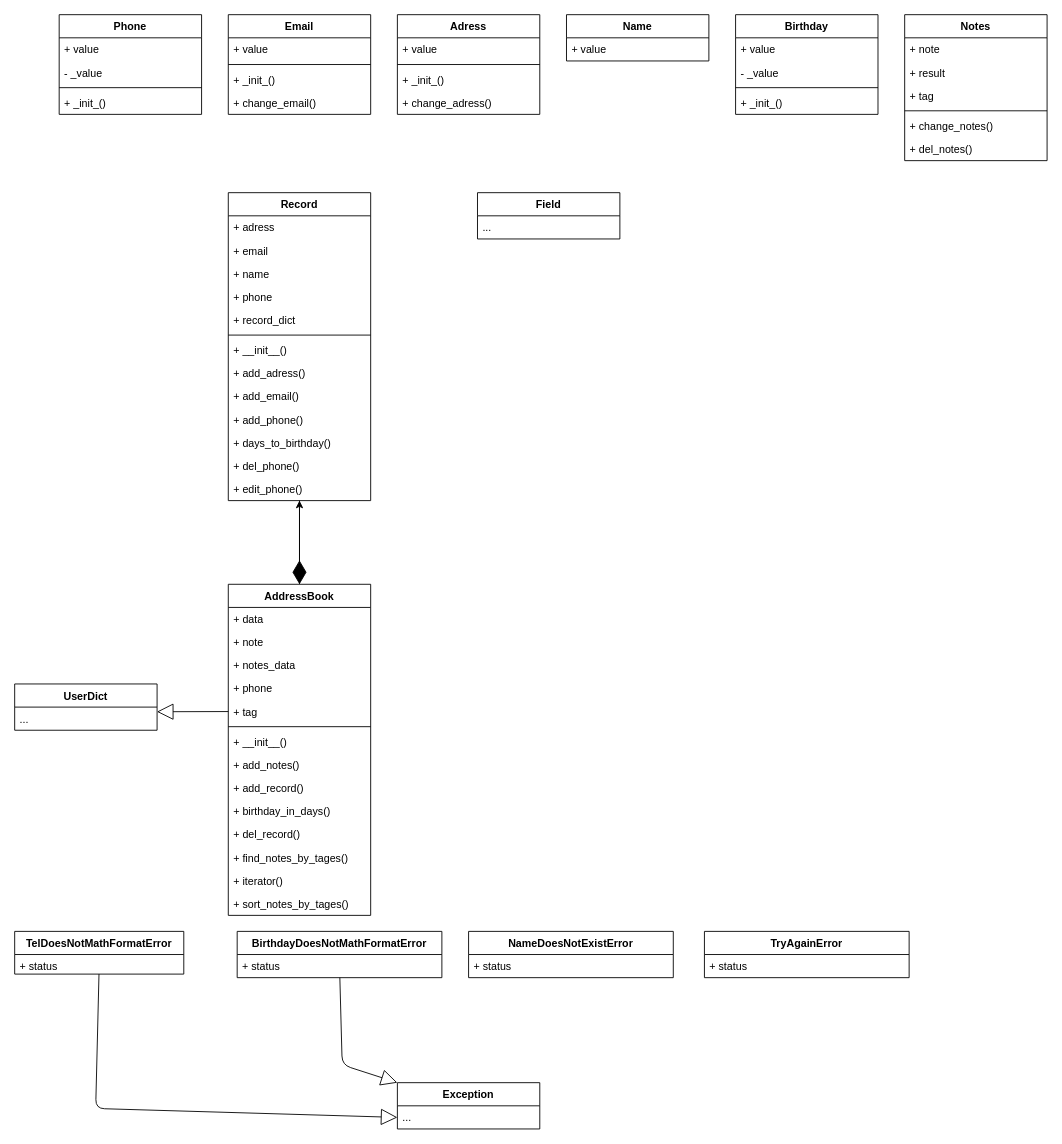
Earlier version of the draw.io diagram Home_Works/UML_HW.drawio (serhii-korobchenko/-Python_Web_module_2). Source tidied: cells renumbered, new cells numbered last; positions are measured from the earlier drawing's top-left corner, leaving out a move shared by most shapes. Both pictures are drawn from the tidied source at 89%, with x=0, y=0 at pixel (14, 14).
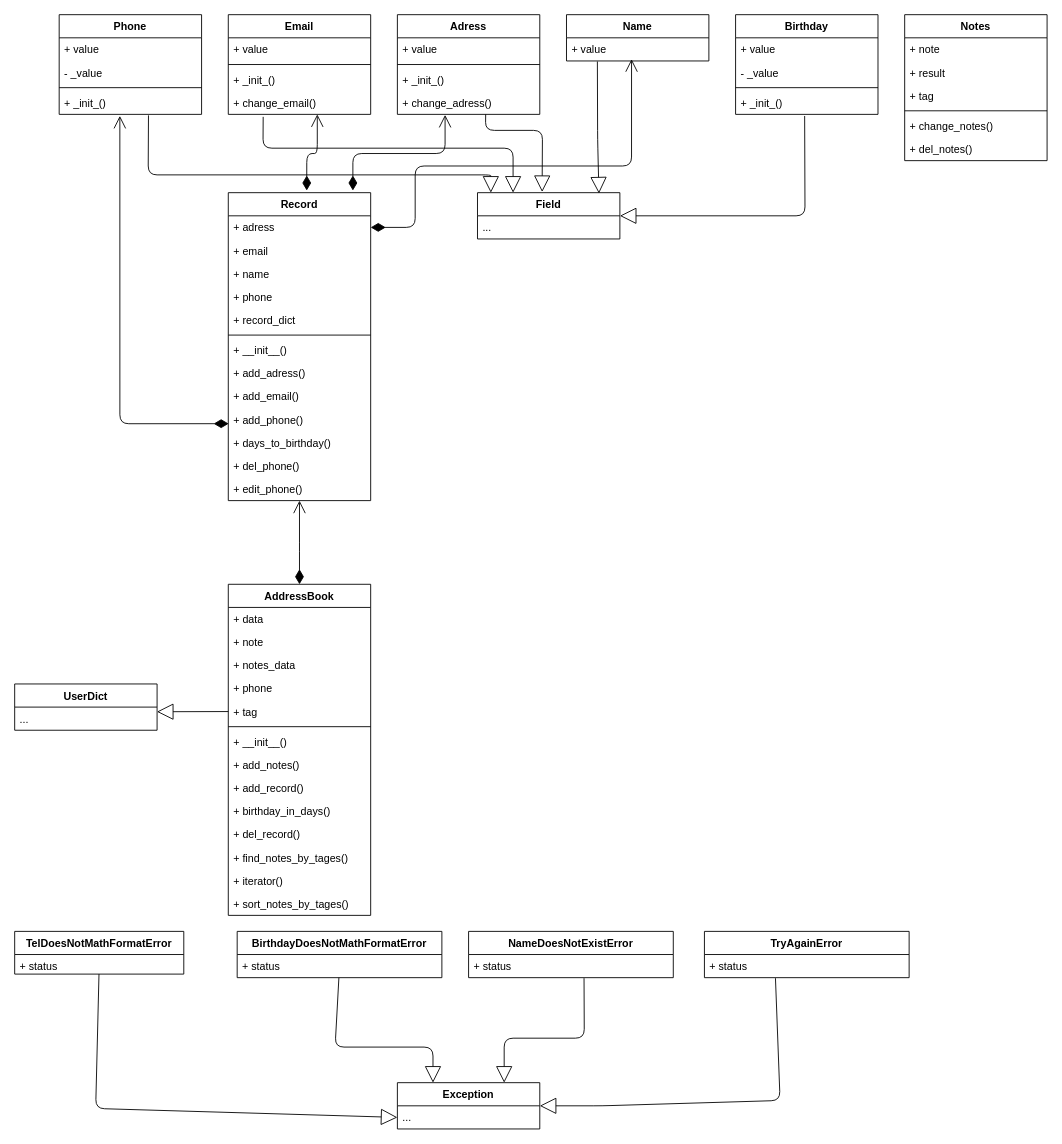
Above is the later version.

Unchanged cells that the change refers to:
```xml
<mxCell id="6" value="+ _init_()" style="text;strokeColor=none;fillColor=none;align=left;verticalAlign=top;spacingLeft=4;spacingRight=4;overflow=hidden;points=[[0,0.5],[1,0.5]];portConstraint=eastwest;" parent="2" vertex="1">
  <mxGeometry y="86" width="160" height="26" as="geometry" />
</mxCell>
<mxCell id="11" value="+ change_email()" style="text;strokeColor=none;fillColor=none;align=left;verticalAlign=top;spacingLeft=4;spacingRight=4;overflow=hidden;points=[[0,0.5],[1,0.5]];portConstraint=eastwest;" parent="7" vertex="1">
  <mxGeometry y="86" width="160" height="26" as="geometry" />
</mxCell>
<mxCell id="16" value="+ change_adress()" style="text;strokeColor=none;fillColor=none;align=left;verticalAlign=top;spacingLeft=4;spacingRight=4;overflow=hidden;points=[[0,0.5],[1,0.5]];portConstraint=eastwest;" parent="12" vertex="1">
  <mxGeometry y="86" width="160" height="26" as="geometry" />
</mxCell>
<mxCell id="18" value="+ value" style="text;strokeColor=none;fillColor=none;align=left;verticalAlign=top;spacingLeft=4;spacingRight=4;overflow=hidden;points=[[0,0.5],[1,0.5]];portConstraint=eastwest;" parent="17" vertex="1">
  <mxGeometry y="26" width="160" height="26" as="geometry" />
</mxCell>
<mxCell id="23" value="+ _init_()" style="text;strokeColor=none;fillColor=none;align=left;verticalAlign=top;spacingLeft=4;spacingRight=4;overflow=hidden;points=[[0,0.5],[1,0.5]];portConstraint=eastwest;" parent="19" vertex="1">
  <mxGeometry y="86" width="160" height="26" as="geometry" />
</mxCell>
<mxCell id="31" value="Record" style="swimlane;fontStyle=1;align=center;verticalAlign=top;horizontal=1;startSize=26;" parent="1" vertex="1">
  <mxGeometry x="240" y="200" width="160" height="346" as="geometry" />
</mxCell>
<mxCell id="32" value="+ adress" style="text;strokeColor=none;fillColor=none;align=left;verticalAlign=top;spacingLeft=4;spacingRight=4;overflow=hidden;points=[[0,0.5],[1,0.5]];portConstraint=eastwest;" parent="31" vertex="1">
  <mxGeometry y="26" width="160" height="26" as="geometry" />
</mxCell>
<mxCell id="41" value="+ add_phone()" style="text;strokeColor=none;fillColor=none;align=left;verticalAlign=top;spacingLeft=4;spacingRight=4;overflow=hidden;points=[[0,0.5],[1,0.5]];portConstraint=eastwest;" parent="31" vertex="1">
  <mxGeometry y="242" width="160" height="26" as="geometry" />
</mxCell>
<mxCell id="44" value="+ edit_phone()" style="text;strokeColor=none;fillColor=none;align=left;verticalAlign=top;spacingLeft=4;spacingRight=4;overflow=hidden;points=[[0,0.5],[1,0.5]];portConstraint=eastwest;" parent="31" vertex="1">
  <mxGeometry y="320" width="160" height="26" as="geometry" />
</mxCell>
<mxCell id="46" value="AddressBook" style="swimlane;fontStyle=1;align=center;verticalAlign=top;horizontal=1;startSize=26;" parent="1" vertex="1">
  <mxGeometry x="240" y="640" width="160" height="372" as="geometry" />
</mxCell>
<mxCell id="61" value="Field" style="swimlane;fontStyle=1;align=center;verticalAlign=top;horizontal=1;startSize=26;" parent="1" vertex="1">
  <mxGeometry x="520" y="200" width="160" height="52" as="geometry" />
</mxCell>
<mxCell id="66" value="+ status" style="text;strokeColor=none;fillColor=none;align=left;verticalAlign=top;spacingLeft=4;spacingRight=4;overflow=hidden;points=[[0,0.5],[1,0.5]];portConstraint=eastwest;" parent="65" vertex="1">
  <mxGeometry y="26" width="230" height="26" as="geometry" />
</mxCell>
<mxCell id="68" value="+ status" style="text;strokeColor=none;fillColor=none;align=left;verticalAlign=top;spacingLeft=4;spacingRight=4;overflow=hidden;points=[[0,0.5],[1,0.5]];portConstraint=eastwest;" parent="67" vertex="1">
  <mxGeometry y="26" width="230" height="26" as="geometry" />
</mxCell>
<mxCell id="70" value="+ status" style="text;strokeColor=none;fillColor=none;align=left;verticalAlign=top;spacingLeft=4;spacingRight=4;overflow=hidden;points=[[0,0.5],[1,0.5]];portConstraint=eastwest;" parent="69" vertex="1">
  <mxGeometry y="26" width="230" height="26" as="geometry" />
</mxCell>
<mxCell id="75" value="Exception" style="swimlane;fontStyle=1;align=center;verticalAlign=top;horizontal=1;startSize=26;" parent="1" vertex="1">
  <mxGeometry x="430" y="1200" width="160" height="52" as="geometry" />
</mxCell>
```

Change to the diagram source:
```diff
@@
-    <mxCell id="45" style="edgeStyle=none;html=1;exitX=0.5;exitY=0;exitDx=0;exitDy=0;" parent="1" edge="1" source="46" target="44">
-      <mxGeometry relative="1" as="geometry" />
-    </mxCell>
@@
-    <mxCell id="73" style="endArrow=diamondThin;endFill=1;endSize=24;html=1;entryX=0.5;entryY=0;entryDx=0;entryDy=0;" parent="1" edge="1" source="44" target="46">
-      <mxGeometry relative="1" as="geometry" />
-    </mxCell>
@@
-    <mxCell id="78" style="endArrow=block;endSize=16;endFill=0;html=1;entryX=0;entryY=0;entryDx=0;entryDy=0;" parent="1" edge="1" source="66" target="75">
+    <mxCell id="78" style="endArrow=block;endSize=16;endFill=0;html=1;entryX=0.25;entryY=0;entryDx=0;entryDy=0;" parent="1" edge="1" source="66" target="75">
       <mxGeometry relative="1" as="geometry">
         <Array as="points">
-          <mxPoint x="368" y="1180" />
+          <mxPoint x="360" y="1160" />
+          <mxPoint x="470" y="1160" />
         </Array>
       </mxGeometry>
     </mxCell>
+    <mxCell id="79" style="endArrow=open;html=1;endSize=12;startArrow=diamondThin;startSize=14;startFill=1;edgeStyle=orthogonalEdgeStyle;align=left;verticalAlign=bottom;exitX=0.5;exitY=0;exitDx=0;exitDy=0;" parent="1" edge="1" source="46">
+      <mxGeometry x="-1" y="3" relative="1" as="geometry">
+        <mxPoint x="320" y="546" as="targetPoint" />
+      </mxGeometry>
+    </mxCell>
+    <mxCell id="80" style="endArrow=open;html=1;endSize=12;startArrow=diamondThin;startSize=14;startFill=1;edgeStyle=orthogonalEdgeStyle;align=left;verticalAlign=bottom;exitX=0.003;exitY=0.675;exitDx=0;exitDy=0;exitPerimeter=0;entryX=0.426;entryY=1.065;entryDx=0;entryDy=0;entryPerimeter=0;" parent="1" edge="1" source="41" target="6">
+      <mxGeometry x="-1" y="3" relative="1" as="geometry">
+        <Array as="points">
+          <mxPoint x="118" y="460" />
+        </Array>
+      </mxGeometry>
+    </mxCell>
+    <mxCell id="81" style="endArrow=open;html=1;endSize=12;startArrow=diamondThin;startSize=14;startFill=1;edgeStyle=orthogonalEdgeStyle;align=left;verticalAlign=bottom;exitX=0.551;exitY=-0.007;exitDx=0;exitDy=0;entryX=0.625;entryY=1;entryDx=0;entryDy=0;entryPerimeter=0;exitPerimeter=0;" parent="1" edge="1" source="31" target="11">
+      <mxGeometry x="-1" y="3" relative="1" as="geometry" />
+    </mxCell>
+    <mxCell id="82" style="endArrow=open;html=1;endSize=12;startArrow=diamondThin;startSize=14;startFill=1;edgeStyle=orthogonalEdgeStyle;align=left;verticalAlign=bottom;exitX=0.875;exitY=-0.007;exitDx=0;exitDy=0;exitPerimeter=0;entryX=0.335;entryY=1.022;entryDx=0;entryDy=0;entryPerimeter=0;" parent="1" edge="1" source="31" target="16">
+      <mxGeometry x="-1" y="3" relative="1" as="geometry" />
+    </mxCell>
+    <mxCell id="83" style="endArrow=open;html=1;endSize=12;startArrow=diamondThin;startSize=14;startFill=1;edgeStyle=orthogonalEdgeStyle;align=left;verticalAlign=bottom;exitX=1;exitY=0.5;exitDx=0;exitDy=0;entryX=0.457;entryY=0.923;entryDx=0;entryDy=0;entryPerimeter=0;" parent="1" edge="1" source="32" target="18">
+      <mxGeometry x="-1" y="3" relative="1" as="geometry">
+        <Array as="points">
+          <mxPoint x="450" y="239" />
+          <mxPoint x="450" y="170" />
+          <mxPoint x="693" y="170" />
+        </Array>
+      </mxGeometry>
+    </mxCell>
+    <mxCell id="84" style="endArrow=block;endSize=16;endFill=0;html=1;entryX=0.75;entryY=0;entryDx=0;entryDy=0;exitX=0.564;exitY=1.022;exitDx=0;exitDy=0;exitPerimeter=0;" parent="1" edge="1" source="68" target="75">
+      <mxGeometry relative="1" as="geometry">
+        <Array as="points">
+          <mxPoint x="640" y="1150" />
+          <mxPoint x="550" y="1150" />
+        </Array>
+      </mxGeometry>
+    </mxCell>
+    <mxCell id="85" style="endArrow=block;endSize=16;endFill=0;html=1;entryX=1;entryY=0.5;entryDx=0;entryDy=0;exitX=0.347;exitY=1.022;exitDx=0;exitDy=0;exitPerimeter=0;" parent="1" edge="1" source="70" target="75">
+      <mxGeometry relative="1" as="geometry">
+        <Array as="points">
+          <mxPoint x="860" y="1220" />
+          <mxPoint x="660" y="1226" />
+        </Array>
+      </mxGeometry>
+    </mxCell>
+    <mxCell id="86" style="endArrow=block;endSize=16;endFill=0;html=1;exitX=0.627;exitY=1.043;exitDx=0;exitDy=0;exitPerimeter=0;" parent="1" edge="1" source="6">
+      <mxGeometry relative="1" as="geometry">
+        <mxPoint x="535" y="200" as="targetPoint" />
+        <Array as="points">
+          <mxPoint x="150" y="180" />
+          <mxPoint x="535" y="180" />
+        </Array>
+      </mxGeometry>
+    </mxCell>
+    <mxCell id="87" style="endArrow=block;endSize=16;endFill=0;html=1;exitX=0.245;exitY=1.107;exitDx=0;exitDy=0;exitPerimeter=0;entryX=0.25;entryY=0;entryDx=0;entryDy=0;" parent="1" edge="1" source="11" target="61">
+      <mxGeometry relative="1" as="geometry">
+        <Array as="points">
+          <mxPoint x="279" y="150" />
+          <mxPoint x="560" y="150" />
+        </Array>
+      </mxGeometry>
+    </mxCell>
+    <mxCell id="88" style="endArrow=block;endSize=16;endFill=0;html=1;exitX=0.245;exitY=1.107;exitDx=0;exitDy=0;exitPerimeter=0;entryX=0.454;entryY=-0.015;entryDx=0;entryDy=0;entryPerimeter=0;" parent="1" edge="1" target="61">
+      <mxGeometry relative="1" as="geometry">
+        <mxPoint x="529.2" y="112" as="sourcePoint" />
+        <Array as="points">
+          <mxPoint x="529" y="130" />
+          <mxPoint x="593" y="130" />
+        </Array>
+      </mxGeometry>
+    </mxCell>
+    <mxCell id="89" style="endArrow=block;endSize=16;endFill=0;html=1;exitX=0.217;exitY=1.022;exitDx=0;exitDy=0;exitPerimeter=0;entryX=0.853;entryY=0.017;entryDx=0;entryDy=0;entryPerimeter=0;" parent="1" edge="1" source="18" target="61">
+      <mxGeometry relative="1" as="geometry">
+        <Array as="points">
+          <mxPoint x="655" y="140" />
+        </Array>
+      </mxGeometry>
+    </mxCell>
+    <mxCell id="90" style="endArrow=block;endSize=16;endFill=0;html=1;exitX=0.485;exitY=1.069;exitDx=0;exitDy=0;exitPerimeter=0;entryX=1;entryY=0.5;entryDx=0;entryDy=0;" parent="1" edge="1" source="23" target="61">
+      <mxGeometry relative="1" as="geometry">
+        <Array as="points">
+          <mxPoint x="888" y="226" />
+        </Array>
+      </mxGeometry>
+    </mxCell>
```
